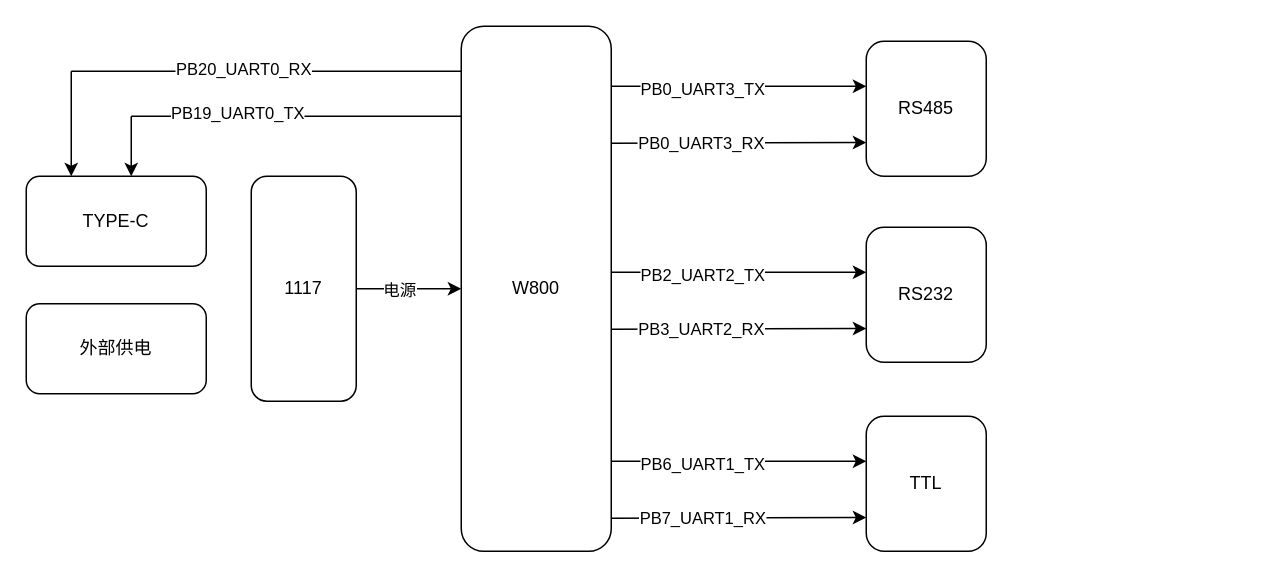
The draw.io diagram W800.drawio in Hanye1108/drawio, before the edit. Source tidied: cells renumbered, new cells numbered last; positions are measured from the earlier drawing's top-left corner, leaving out a move shared by most shapes. Both pictures are drawn from the tidied source at 150%, with x=0, y=0 at pixel (26, 26).
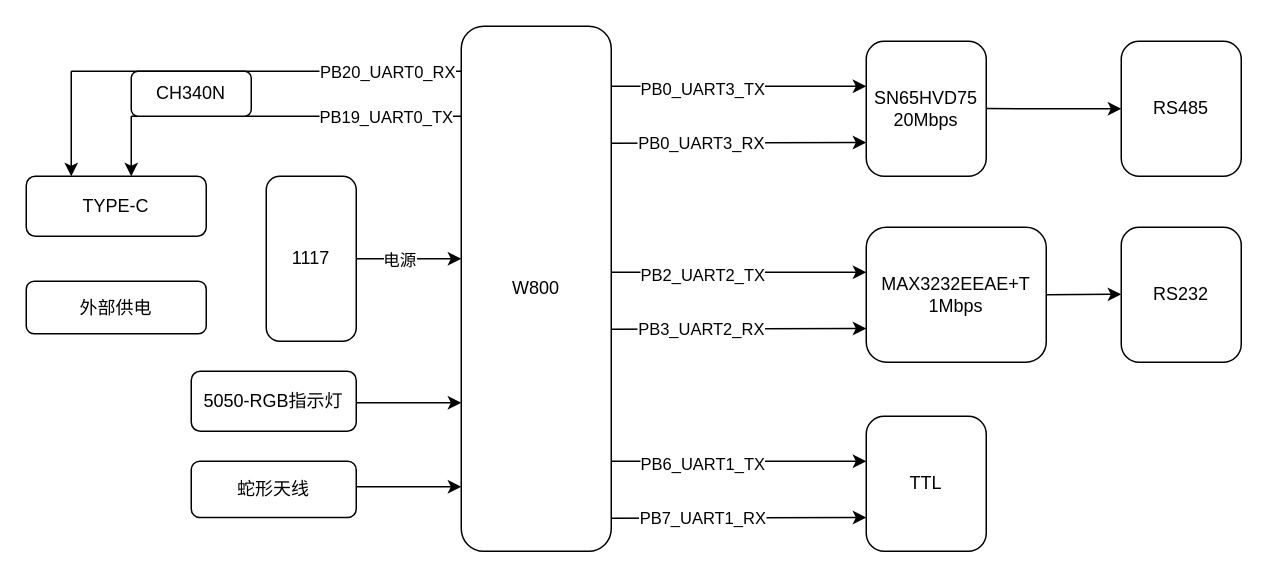
The same diagram, later.

The change refers to these unchanged cells:
```xml
<mxCell id="2" value="W800" style="rounded=1;whiteSpace=wrap;html=1;" parent="1" vertex="1">
  <mxGeometry x="290" width="100" height="350" as="geometry" />
</mxCell>
<mxCell id="8" style="endArrow=none;html=1;rounded=0;" parent="1" edge="1">
  <mxGeometry relative="1" as="geometry">
    <mxPoint x="30" y="30" as="sourcePoint" />
    <mxPoint x="290" y="30" as="targetPoint" />
  </mxGeometry>
</mxCell>
<mxCell id="10" style="endArrow=none;html=1;rounded=0;" parent="1" edge="1">
  <mxGeometry relative="1" as="geometry">
    <mxPoint x="70" y="60" as="sourcePoint" />
    <mxPoint x="290" y="60" as="targetPoint" />
  </mxGeometry>
</mxCell>
```

Diff of the diagram source:
```diff
@@
     <mxCell id="3" value="TYPE-C" style="rounded=1;whiteSpace=wrap;html=1;" parent="1" vertex="1">
-      <mxGeometry y="100" width="120" height="60" as="geometry" />
+      <mxGeometry y="100" width="120" height="40" as="geometry" />
     </mxCell>
     <mxCell id="4" value="外部供电" style="rounded=1;whiteSpace=wrap;html=1;" parent="1" vertex="1">
-      <mxGeometry y="185" width="120" height="60" as="geometry" />
+      <mxGeometry y="170" width="120" height="35" as="geometry" />
     </mxCell>
     <mxCell id="5" style="edgeStyle=orthogonalEdgeStyle;rounded=0;jettySize=auto;html=1;exitX=1;exitY=0.5;exitDx=0;exitDy=0;" parent="1" edge="1" source="7" target="2">
-      <mxGeometry relative="1" as="geometry" />
+      <mxGeometry relative="1" as="geometry">
+        <Array as="points">
+          <mxPoint x="280" y="155" />
+          <mxPoint x="280" y="155" />
+        </Array>
+      </mxGeometry>
     </mxCell>
@@
     <mxCell id="7" value="1117" style="rounded=1;whiteSpace=wrap;html=1;" parent="1" vertex="1">
-      <mxGeometry x="150" y="100" width="70" height="150" as="geometry" />
+      <mxGeometry x="160" y="100" width="60" height="110" as="geometry" />
     </mxCell>
@@
     <mxCell id="9" value="PB20_UART0_RX" style="edgeLabel;html=1;align=center;verticalAlign=middle;" parent="8" vertex="1">
-      <mxGeometry x="-0.12" y="2" relative="1" as="geometry" />
+      <mxGeometry x="-0.12" y="2" relative="1" as="geometry">
+        <mxPoint x="96" y="2" as="offset" />
+      </mxGeometry>
     </mxCell>
@@
     <mxCell id="11" value="PB19_UART0_TX" style="edgeLabel;html=1;align=center;verticalAlign=middle;" parent="10" vertex="1">
       <mxGeometry x="-0.56" y="3" relative="1" as="geometry">
-        <mxPoint x="22" as="offset" />
+        <mxPoint x="121" y="3" as="offset" />
       </mxGeometry>
     </mxCell>
@@
-    <mxCell id="19" value="RS232" style="rounded=1;whiteSpace=wrap;html=1;" parent="1" vertex="1">
-      <mxGeometry x="560" y="134" width="80" height="90" as="geometry" />
+    <mxCell id="19" value="MAX3232EEAE+T&lt;br&gt;1Mbps" style="rounded=1;whiteSpace=wrap;html=1;" parent="1" vertex="1">
+      <mxGeometry x="560" y="134" width="120" height="90" as="geometry" />
     </mxCell>
@@
-    <mxCell id="24" value="RS485" style="rounded=1;whiteSpace=wrap;html=1;" parent="1" vertex="1">
+    <mxCell id="24" value="SN65HVD75&lt;br&gt;20Mbps" style="rounded=1;whiteSpace=wrap;html=1;" parent="1" vertex="1">
       <mxGeometry x="560" y="10" width="80" height="90" as="geometry" />
     </mxCell>
@@
+    <mxCell id="29" value="蛇形天线" style="rounded=1;whiteSpace=wrap;html=1;" parent="1" vertex="1">
+      <mxGeometry x="110" y="290" width="110" height="37.5" as="geometry" />
+    </mxCell>
+    <mxCell id="30" style="edgeStyle=orthogonalEdgeStyle;rounded=0;orthogonalLoop=1;jettySize=auto;html=1;exitX=1;exitY=0.5;exitDx=0;exitDy=0;" parent="1" edge="1">
+      <mxGeometry relative="1" as="geometry">
+        <mxPoint x="220" y="307" as="sourcePoint" />
+        <mxPoint x="290" y="307" as="targetPoint" />
+      </mxGeometry>
+    </mxCell>
+    <mxCell id="31" value="5050-RGB指示灯" style="rounded=1;whiteSpace=wrap;html=1;" parent="1" vertex="1">
+      <mxGeometry x="110" y="230" width="110" height="40" as="geometry" />
+    </mxCell>
+    <mxCell id="32" style="edgeStyle=orthogonalEdgeStyle;rounded=0;orthogonalLoop=1;jettySize=auto;html=1;exitX=1;exitY=0.5;exitDx=0;exitDy=0;" parent="1" edge="1">
+      <mxGeometry relative="1" as="geometry">
+        <mxPoint x="220" y="251" as="sourcePoint" />
+        <mxPoint x="290" y="251" as="targetPoint" />
+      </mxGeometry>
+    </mxCell>
+    <mxCell id="33" value="RS232" style="rounded=1;whiteSpace=wrap;html=1;" parent="1" vertex="1">
+      <mxGeometry x="730" y="134" width="80" height="90" as="geometry" />
+    </mxCell>
+    <mxCell id="34" style="endArrow=classic;html=1;rounded=0;" parent="1" edge="1">
+      <mxGeometry relative="1" as="geometry">
+        <mxPoint x="680" y="179" as="sourcePoint" />
+        <mxPoint x="730" y="178.7" as="targetPoint" />
+      </mxGeometry>
+    </mxCell>
+    <mxCell id="35" value="RS485" style="rounded=1;whiteSpace=wrap;html=1;" parent="1" vertex="1">
+      <mxGeometry x="730" y="10" width="80" height="90" as="geometry" />
+    </mxCell>
+    <mxCell id="36" style="endArrow=classic;html=1;rounded=0;entryX=0;entryY=0.5;entryDx=0;entryDy=0;" parent="1" edge="1" target="35">
+      <mxGeometry relative="1" as="geometry">
+        <mxPoint x="640" y="54.9" as="sourcePoint" />
+      </mxGeometry>
+    </mxCell>
+    <mxCell id="37" value="CH340N" style="rounded=1;whiteSpace=wrap;html=1;" parent="1" vertex="1">
+      <mxGeometry x="70" y="30" width="80" height="30" as="geometry" />
+    </mxCell>
```
